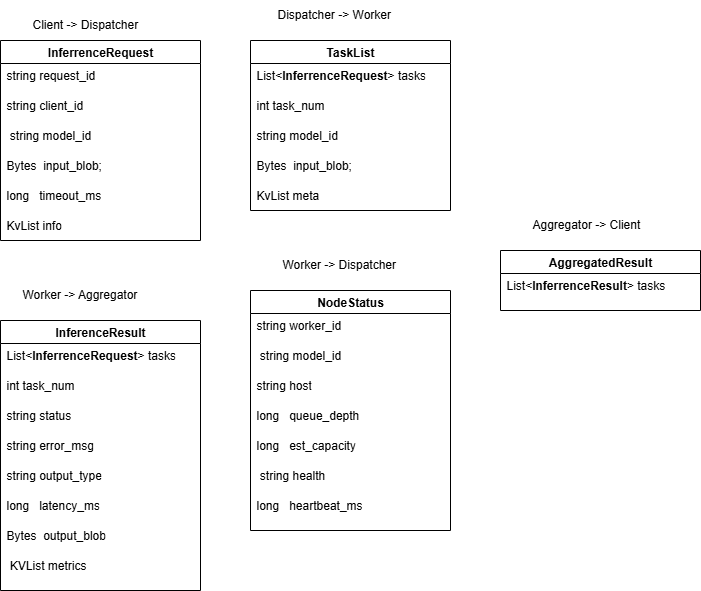
The draw.io diagram docs/dds_data_structure.drawio.png in WenhaoHe02/distributed-dds-ai-infra, before a commit. Source tidied: cells renumbered, new cells last; positions are measured from the earlier drawing's top-left corner, leaving out a move shared by most shapes.
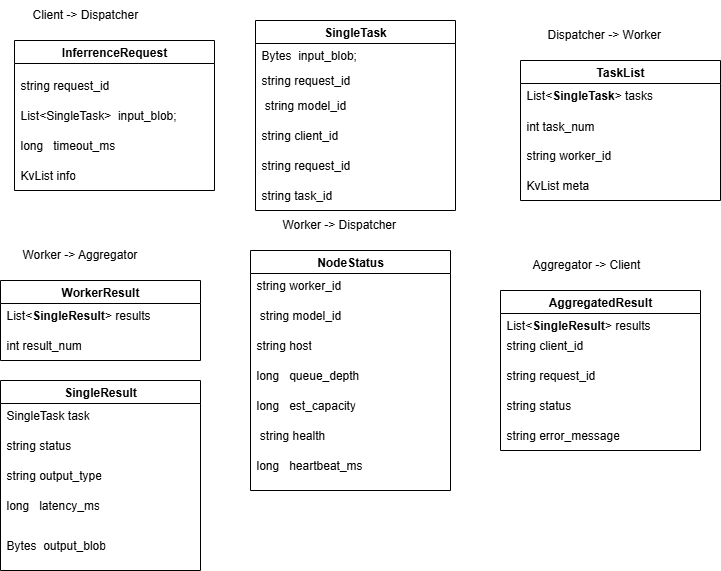
The same diagram one commit later.

The edit, as a diff of the source:
```diff
@@ -3,71 +3,44 @@
     <mxCell id="0" />
     <mxCell id="1" parent="0" />
     <mxCell id="2" value="InferrenceRequest" style="swimlane;whiteSpace=wrap;html=1;startSize=23;" parent="1" vertex="1">
-      <mxGeometry y="40" width="200" height="200" as="geometry" />
+      <mxGeometry x="14" y="80" width="200" height="150" as="geometry" />
     </mxCell>
-    <mxCell id="3" value="string request_id" style="text;strokeColor=none;fillColor=none;align=left;verticalAlign=middle;spacingLeft=4;spacingRight=4;overflow=hidden;whiteSpace=wrap;html=1;" parent="2" vertex="1">
-      <mxGeometry y="20" width="200" height="30" as="geometry" />
-    </mxCell>
-    <mxCell id="4" value="string client_id" style="text;strokeColor=none;fillColor=none;align=left;verticalAlign=middle;spacingLeft=4;spacingRight=4;overflow=hidden;whiteSpace=wrap;html=1;" parent="2" vertex="1">
-      <mxGeometry y="50" width="200" height="30" as="geometry" />
+    <mxCell id="4" value="string request_id" style="text;strokeColor=none;fillColor=none;align=left;verticalAlign=middle;spacingLeft=4;spacingRight=4;overflow=hidden;whiteSpace=wrap;html=1;" parent="2" vertex="1">
+      <mxGeometry y="30" width="200" height="30" as="geometry" />
     </mxCell>
-    <mxCell id="5" value="&amp;nbsp;string model_id&amp;nbsp;" style="text;strokeColor=none;fillColor=none;align=left;verticalAlign=middle;spacingLeft=4;spacingRight=4;overflow=hidden;whiteSpace=wrap;html=1;" parent="2" vertex="1">
-      <mxGeometry y="80" width="200" height="30" as="geometry" />
-    </mxCell>
-    <mxCell id="6" value="Bytes&amp;nbsp; input_blob;" style="text;strokeColor=none;fillColor=none;align=left;verticalAlign=middle;spacingLeft=4;spacingRight=4;overflow=hidden;whiteSpace=wrap;html=1;" parent="2" vertex="1">
-      <mxGeometry y="110" width="200" height="30" as="geometry" />
+    <mxCell id="6" value="List&amp;lt;SingleTask&amp;gt;&amp;nbsp; input_blob;" style="text;strokeColor=none;fillColor=none;align=left;verticalAlign=middle;spacingLeft=4;spacingRight=4;overflow=hidden;whiteSpace=wrap;html=1;" parent="2" vertex="1">
+      <mxGeometry y="60" width="200" height="30" as="geometry" />
     </mxCell>
     <mxCell id="7" value="long&amp;nbsp; &amp;nbsp;timeout_ms" style="text;strokeColor=none;fillColor=none;align=left;verticalAlign=middle;spacingLeft=4;spacingRight=4;overflow=hidden;whiteSpace=wrap;html=1;" parent="2" vertex="1">
-      <mxGeometry y="140" width="200" height="30" as="geometry" />
+      <mxGeometry y="90" width="200" height="30" as="geometry" />
     </mxCell>
     <mxCell id="8" value="KvList info" style="text;strokeColor=none;fillColor=none;align=left;verticalAlign=middle;spacingLeft=4;spacingRight=4;overflow=hidden;whiteSpace=wrap;html=1;" parent="2" vertex="1">
-      <mxGeometry y="170" width="200" height="30" as="geometry" />
+      <mxGeometry y="120" width="200" height="30" as="geometry" />
     </mxCell>
     <mxCell id="9" value="TaskList" style="swimlane;whiteSpace=wrap;html=1;startSize=23;" parent="1" vertex="1">
-      <mxGeometry x="250" y="40" width="200" height="170" as="geometry" />
+      <mxGeometry x="520" y="100" width="200" height="140" as="geometry" />
     </mxCell>
-    <mxCell id="10" value="List&amp;lt;&lt;span style=&quot;font-weight: 700; text-align: center;&quot;&gt;InferrenceRequest&lt;/span&gt;&amp;gt; tasks" style="text;strokeColor=none;fillColor=none;align=left;verticalAlign=middle;spacingLeft=4;spacingRight=4;overflow=hidden;whiteSpace=wrap;html=1;" parent="9" vertex="1">
+    <mxCell id="10" value="&lt;div style=&quot;text-align: center;&quot;&gt;&lt;span style=&quot;background-color: transparent; color: light-dark(rgb(0, 0, 0), rgb(255, 255, 255));&quot;&gt;List&amp;lt;&lt;b&gt;SingleTask&lt;/b&gt;&lt;/span&gt;&lt;span style=&quot;background-color: transparent; color: light-dark(rgb(0, 0, 0), rgb(255, 255, 255));&quot;&gt;&amp;gt; tasks&lt;/span&gt;&lt;/div&gt;" style="text;strokeColor=none;fillColor=none;align=left;verticalAlign=middle;spacingLeft=4;spacingRight=4;overflow=hidden;whiteSpace=wrap;html=1;" parent="9" vertex="1">
       <mxGeometry y="20" width="200" height="30" as="geometry" />
     </mxCell>
     <mxCell id="11" value="int task_num" style="text;strokeColor=none;fillColor=none;align=left;verticalAlign=middle;spacingLeft=4;spacingRight=4;overflow=hidden;whiteSpace=wrap;html=1;" parent="9" vertex="1">
-      <mxGeometry y="50" width="200" height="30" as="geometry" />
+      <mxGeometry y="51" width="200" height="30" as="geometry" />
     </mxCell>
-    <mxCell id="12" value="string model_id&amp;nbsp;" style="text;strokeColor=none;fillColor=none;align=left;verticalAlign=middle;spacingLeft=4;spacingRight=4;overflow=hidden;whiteSpace=wrap;html=1;" parent="9" vertex="1">
-      <mxGeometry y="80" width="200" height="30" as="geometry" />
-    </mxCell>
-    <mxCell id="13" value="Bytes&amp;nbsp; input_blob;" style="text;strokeColor=none;fillColor=none;align=left;verticalAlign=middle;spacingLeft=4;spacingRight=4;overflow=hidden;whiteSpace=wrap;html=1;" parent="9" vertex="1">
-      <mxGeometry y="110" width="200" height="30" as="geometry" />
+    <mxCell id="13" value="string worker_id" style="text;strokeColor=none;fillColor=none;align=left;verticalAlign=middle;spacingLeft=4;spacingRight=4;overflow=hidden;whiteSpace=wrap;html=1;" parent="9" vertex="1">
+      <mxGeometry y="80" width="200" height="30" as="geometry" />
     </mxCell>
     <mxCell id="14" value="KvList meta" style="text;strokeColor=none;fillColor=none;align=left;verticalAlign=middle;spacingLeft=4;spacingRight=4;overflow=hidden;whiteSpace=wrap;html=1;" parent="9" vertex="1">
-      <mxGeometry y="140" width="200" height="30" as="geometry" />
+      <mxGeometry y="110" width="200" height="30" as="geometry" />
     </mxCell>
-    <mxCell id="15" value="InferenceResult" style="swimlane;whiteSpace=wrap;html=1;startSize=23;" parent="1" vertex="1">
-      <mxGeometry y="320" width="200" height="270" as="geometry" />
+    <mxCell id="15" value="WorkerResult" style="swimlane;whiteSpace=wrap;html=1;startSize=23;" parent="1" vertex="1">
+      <mxGeometry y="320" width="200" height="80" as="geometry" />
     </mxCell>
-    <mxCell id="16" value="List&amp;lt;&lt;span style=&quot;font-weight: 700; text-align: center;&quot;&gt;InferrenceRequest&lt;/span&gt;&amp;gt; tasks" style="text;strokeColor=none;fillColor=none;align=left;verticalAlign=middle;spacingLeft=4;spacingRight=4;overflow=hidden;whiteSpace=wrap;html=1;" parent="15" vertex="1">
+    <mxCell id="16" value="List&amp;lt;&lt;b style=&quot;text-align: center;&quot;&gt;SingleResult&lt;/b&gt;&amp;gt; results" style="text;strokeColor=none;fillColor=none;align=left;verticalAlign=middle;spacingLeft=4;spacingRight=4;overflow=hidden;whiteSpace=wrap;html=1;" parent="15" vertex="1">
       <mxGeometry y="20" width="200" height="30" as="geometry" />
     </mxCell>
-    <mxCell id="17" value="int task_num" style="text;strokeColor=none;fillColor=none;align=left;verticalAlign=middle;spacingLeft=4;spacingRight=4;overflow=hidden;whiteSpace=wrap;html=1;" parent="15" vertex="1">
+    <mxCell id="17" value="int result_num" style="text;strokeColor=none;fillColor=none;align=left;verticalAlign=middle;spacingLeft=4;spacingRight=4;overflow=hidden;whiteSpace=wrap;html=1;" parent="15" vertex="1">
       <mxGeometry y="50" width="200" height="30" as="geometry" />
     </mxCell>
-    <mxCell id="18" value="string status" style="text;strokeColor=none;fillColor=none;align=left;verticalAlign=middle;spacingLeft=4;spacingRight=4;overflow=hidden;whiteSpace=wrap;html=1;" parent="15" vertex="1">
-      <mxGeometry y="80" width="200" height="30" as="geometry" />
-    </mxCell>
-    <mxCell id="19" value="string error_msg" style="text;strokeColor=none;fillColor=none;align=left;verticalAlign=middle;spacingLeft=4;spacingRight=4;overflow=hidden;whiteSpace=wrap;html=1;" parent="15" vertex="1">
-      <mxGeometry y="110" width="200" height="30" as="geometry" />
-    </mxCell>
-    <mxCell id="20" value="string output_type" style="text;strokeColor=none;fillColor=none;align=left;verticalAlign=middle;spacingLeft=4;spacingRight=4;overflow=hidden;whiteSpace=wrap;html=1;" parent="15" vertex="1">
-      <mxGeometry y="140" width="200" height="30" as="geometry" />
-    </mxCell>
-    <mxCell id="21" value="long&amp;nbsp; &amp;nbsp;latency_ms" style="text;strokeColor=none;fillColor=none;align=left;verticalAlign=middle;spacingLeft=4;spacingRight=4;overflow=hidden;whiteSpace=wrap;html=1;" parent="15" vertex="1">
-      <mxGeometry y="170" width="200" height="30" as="geometry" />
-    </mxCell>
-    <mxCell id="22" value="Bytes&amp;nbsp; output_blob" style="text;strokeColor=none;fillColor=none;align=left;verticalAlign=middle;spacingLeft=4;spacingRight=4;overflow=hidden;whiteSpace=wrap;html=1;" parent="15" vertex="1">
-      <mxGeometry y="200" width="200" height="30" as="geometry" />
-    </mxCell>
-    <mxCell id="23" value="&amp;nbsp;KVList metrics" style="text;strokeColor=none;fillColor=none;align=left;verticalAlign=middle;spacingLeft=4;spacingRight=4;overflow=hidden;whiteSpace=wrap;html=1;" parent="15" vertex="1">
-      <mxGeometry y="230" width="200" height="30" as="geometry" />
-    </mxCell>
     <mxCell id="24" value="NodeStatus" style="swimlane;whiteSpace=wrap;html=1;startSize=23;" parent="1" vertex="1">
       <mxGeometry x="250" y="290" width="200" height="240" as="geometry" />
     </mxCell>
@@ -93,10 +66,10 @@
       <mxGeometry y="200" width="200" height="30" as="geometry" />
     </mxCell>
     <mxCell id="32" value="Client -&gt; Dispatcher" style="text;whiteSpace=wrap;" parent="1" vertex="1">
-      <mxGeometry x="30" y="10" width="140" height="40" as="geometry" />
+      <mxGeometry x="30" y="40" width="140" height="40" as="geometry" />
     </mxCell>
     <mxCell id="33" value="Dispatcher -&gt; Worker" style="text;whiteSpace=wrap;" parent="1" vertex="1">
-      <mxGeometry x="275" width="150" height="40" as="geometry" />
+      <mxGeometry x="545" y="60" width="150" height="40" as="geometry" />
     </mxCell>
     <mxCell id="34" value="Worker -&gt; Aggregator&#10;" style="text;whiteSpace=wrap;" parent="1" vertex="1">
       <mxGeometry x="20" y="280" width="180" height="40" as="geometry" />
@@ -105,13 +78,64 @@
       <mxGeometry x="280" y="250" width="150" height="40" as="geometry" />
     </mxCell>
     <mxCell id="36" value="AggregatedResult" style="swimlane;whiteSpace=wrap;html=1;startSize=23;" parent="1" vertex="1">
-      <mxGeometry x="500" y="250" width="200" height="60" as="geometry" />
+      <mxGeometry x="500" y="330" width="200" height="160" as="geometry" />
     </mxCell>
-    <mxCell id="37" value="List&amp;lt;&lt;span style=&quot;font-weight: 700; text-align: center;&quot;&gt;InferrenceResult&lt;/span&gt;&amp;gt; tasks" style="text;strokeColor=none;fillColor=none;align=left;verticalAlign=middle;spacingLeft=4;spacingRight=4;overflow=hidden;whiteSpace=wrap;html=1;" parent="36" vertex="1">
+    <mxCell id="37" value="List&amp;lt;&lt;span style=&quot;font-weight: 700; text-align: center;&quot;&gt;SingleResult&lt;/span&gt;&amp;gt; results" style="text;strokeColor=none;fillColor=none;align=left;verticalAlign=middle;spacingLeft=4;spacingRight=4;overflow=hidden;whiteSpace=wrap;html=1;" parent="36" vertex="1">
       <mxGeometry y="20" width="200" height="30" as="geometry" />
     </mxCell>
+    <mxCell id="39" value="string client_id" style="text;strokeColor=none;fillColor=none;align=left;verticalAlign=middle;spacingLeft=4;spacingRight=4;overflow=hidden;whiteSpace=wrap;html=1;" parent="36" vertex="1">
+      <mxGeometry y="40" width="200" height="30" as="geometry" />
+    </mxCell>
+    <mxCell id="40" value="string request_id" style="text;strokeColor=none;fillColor=none;align=left;verticalAlign=middle;spacingLeft=4;spacingRight=4;overflow=hidden;whiteSpace=wrap;html=1;" parent="36" vertex="1">
+      <mxGeometry y="70" width="200" height="30" as="geometry" />
+    </mxCell>
+    <mxCell id="41" value="string status" style="text;strokeColor=none;fillColor=none;align=left;verticalAlign=middle;spacingLeft=4;spacingRight=4;overflow=hidden;whiteSpace=wrap;html=1;" parent="36" vertex="1">
+      <mxGeometry y="100" width="200" height="30" as="geometry" />
+    </mxCell>
+    <mxCell id="42" value="string error_message" style="text;strokeColor=none;fillColor=none;align=left;verticalAlign=middle;spacingLeft=4;spacingRight=4;overflow=hidden;whiteSpace=wrap;html=1;" parent="36" vertex="1">
+      <mxGeometry y="130" width="200" height="30" as="geometry" />
+    </mxCell>
     <mxCell id="38" value="Aggregator -&gt; Client" style="text;whiteSpace=wrap;" parent="1" vertex="1">
-      <mxGeometry x="530" y="210" width="140" height="40" as="geometry" />
+      <mxGeometry x="530" y="290" width="140" height="40" as="geometry" />
     </mxCell>
+    <mxCell id="43" value="SingleTask" style="swimlane;whiteSpace=wrap;html=1;startSize=23;" parent="1" vertex="1">
+      <mxGeometry x="255" y="60" width="200" height="190" as="geometry" />
+    </mxCell>
+    <mxCell id="44" value="Bytes&amp;nbsp; input_blob;" style="text;strokeColor=none;fillColor=none;align=left;verticalAlign=middle;spacingLeft=4;spacingRight=4;overflow=hidden;whiteSpace=wrap;html=1;" parent="43" vertex="1">
+      <mxGeometry y="20" width="200" height="30" as="geometry" />
+    </mxCell>
+    <mxCell id="45" value="string request_id" style="text;strokeColor=none;fillColor=none;align=left;verticalAlign=middle;spacingLeft=4;spacingRight=4;overflow=hidden;whiteSpace=wrap;html=1;" parent="43" vertex="1">
+      <mxGeometry y="40" width="200" height="40" as="geometry" />
+    </mxCell>
+    <mxCell id="5" value="&amp;nbsp;string model_id&amp;nbsp;" style="text;strokeColor=none;fillColor=none;align=left;verticalAlign=middle;spacingLeft=4;spacingRight=4;overflow=hidden;whiteSpace=wrap;html=1;" parent="43" vertex="1">
+      <mxGeometry y="70" width="200" height="30" as="geometry" />
+    </mxCell>
+    <mxCell id="46" value="string client_id" style="text;strokeColor=none;fillColor=none;align=left;verticalAlign=middle;spacingLeft=4;spacingRight=4;overflow=hidden;whiteSpace=wrap;html=1;" parent="43" vertex="1">
+      <mxGeometry y="100" width="200" height="30" as="geometry" />
+    </mxCell>
+    <mxCell id="3" value="string request_id" style="text;strokeColor=none;fillColor=none;align=left;verticalAlign=middle;spacingLeft=4;spacingRight=4;overflow=hidden;whiteSpace=wrap;html=1;" parent="43" vertex="1">
+      <mxGeometry y="130" width="200" height="30" as="geometry" />
+    </mxCell>
+    <mxCell id="47" value="string task_id" style="text;strokeColor=none;fillColor=none;align=left;verticalAlign=middle;spacingLeft=4;spacingRight=4;overflow=hidden;whiteSpace=wrap;html=1;" parent="43" vertex="1">
+      <mxGeometry y="160" width="200" height="30" as="geometry" />
+    </mxCell>
+    <mxCell id="48" value="SingleResult" style="swimlane;whiteSpace=wrap;html=1;startSize=23;" parent="1" vertex="1">
+      <mxGeometry y="420" width="200" height="190" as="geometry" />
+    </mxCell>
+    <mxCell id="49" value="SingleTask task" style="text;strokeColor=none;fillColor=none;align=left;verticalAlign=middle;spacingLeft=4;spacingRight=4;overflow=hidden;whiteSpace=wrap;html=1;" parent="48" vertex="1">
+      <mxGeometry y="20" width="200" height="30" as="geometry" />
+    </mxCell>
+    <mxCell id="50" value="string status" style="text;strokeColor=none;fillColor=none;align=left;verticalAlign=middle;spacingLeft=4;spacingRight=4;overflow=hidden;whiteSpace=wrap;html=1;" parent="48" vertex="1">
+      <mxGeometry y="50" width="200" height="30" as="geometry" />
+    </mxCell>
+    <mxCell id="20" value="string output_type" style="text;strokeColor=none;fillColor=none;align=left;verticalAlign=middle;spacingLeft=4;spacingRight=4;overflow=hidden;whiteSpace=wrap;html=1;" parent="48" vertex="1">
+      <mxGeometry y="80" width="200" height="30" as="geometry" />
+    </mxCell>
+    <mxCell id="21" value="long&amp;nbsp; &amp;nbsp;latency_ms" style="text;strokeColor=none;fillColor=none;align=left;verticalAlign=middle;spacingLeft=4;spacingRight=4;overflow=hidden;whiteSpace=wrap;html=1;" parent="48" vertex="1">
+      <mxGeometry y="110" width="200" height="30" as="geometry" />
+    </mxCell>
+    <mxCell id="22" value="Bytes&amp;nbsp; output_blob" style="text;strokeColor=none;fillColor=none;align=left;verticalAlign=middle;spacingLeft=4;spacingRight=4;overflow=hidden;whiteSpace=wrap;html=1;" parent="48" vertex="1">
+      <mxGeometry y="150" width="200" height="30" as="geometry" />
+    </mxCell>
   </root>
 </mxGraphModel>
```
